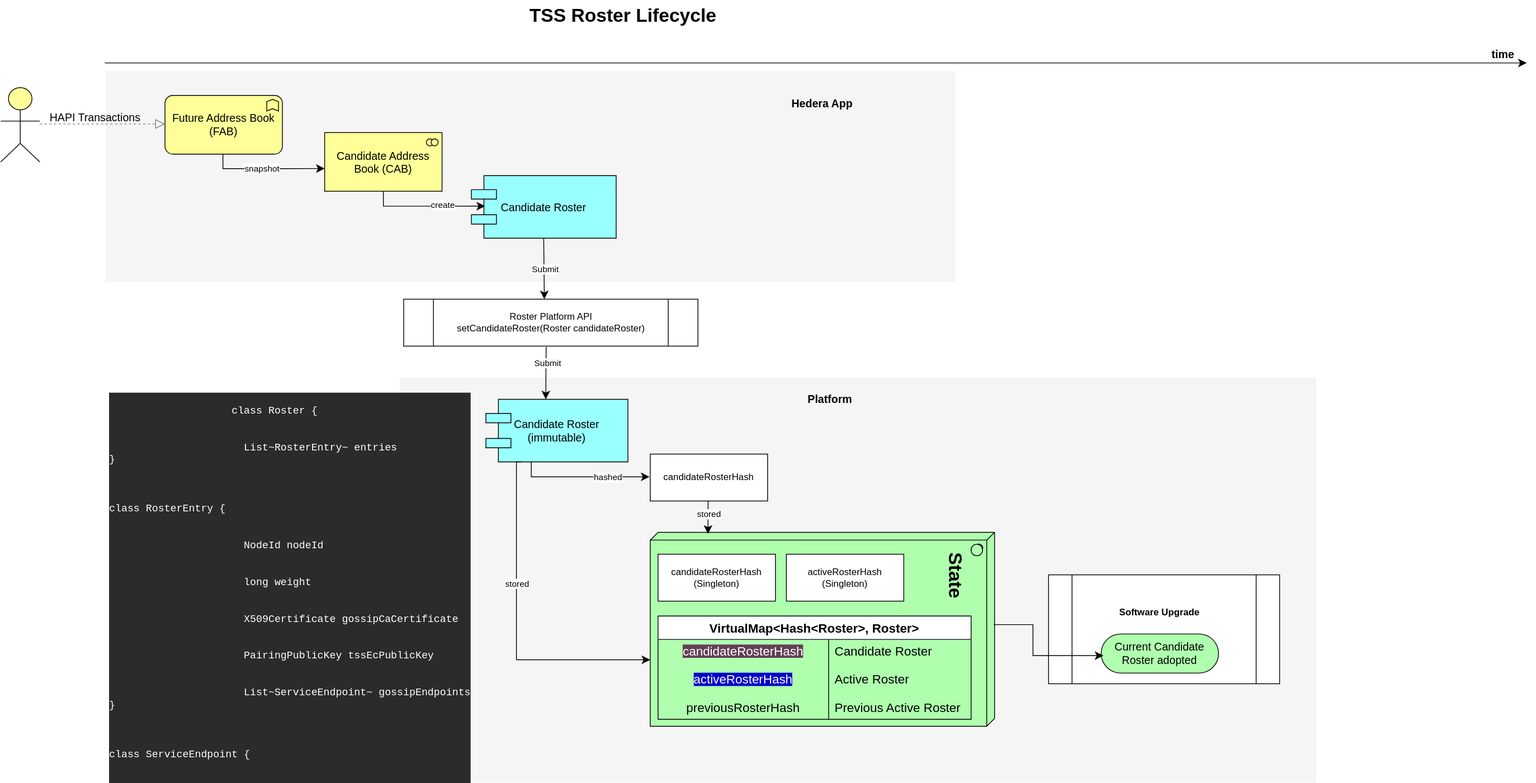
Above: platform-sdk/docs/proposals/001-tss-rosters-design-proposal/TSS Roster Lifecycle.drawio.svg in hashgraph/hedera-services (draw.io), before the change. Source tidied: cells renumbered, new cells last; positions are measured from the earlier drawing's top-left corner, leaving out a move shared by most shapes.
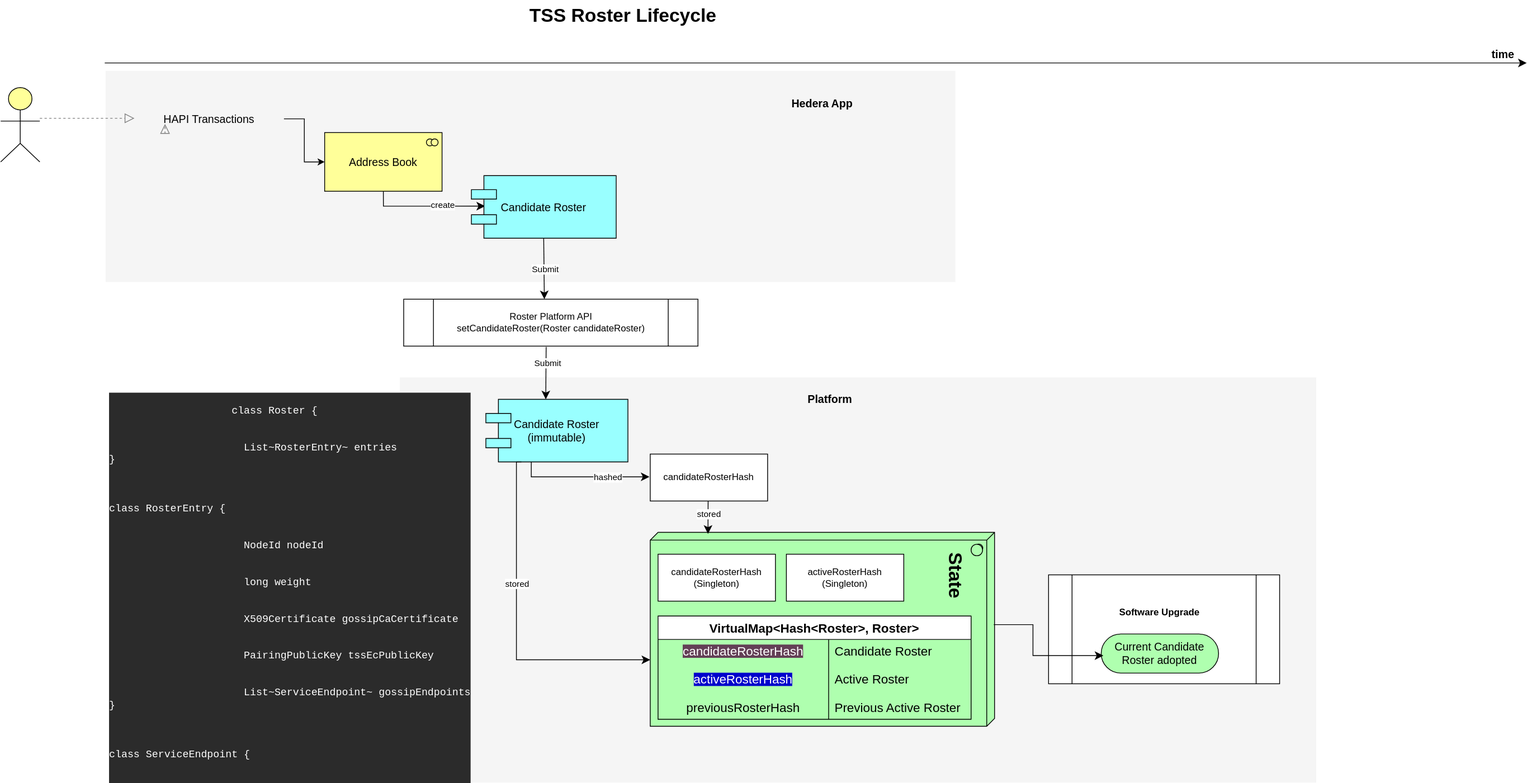
Above is the later version.

What changed in the source:
```diff
@@ -30,13 +30,10 @@
     <mxCell id="8" value="&lt;b&gt;time&lt;/b&gt;" style="text;html=1;strokeColor=none;fillColor=none;align=center;verticalAlign=middle;whiteSpace=wrap;fontSize=14;" parent="1" vertex="1">
       <mxGeometry x="1900" y="60" width="40" height="18" as="geometry" />
     </mxCell>
-    <mxCell id="9" value="Future Address Book (FAB)" style="html=1;whiteSpace=wrap;fillColor=#ffff99;shape=mxgraph.archimate3.application;appType=func;archiType=rounded;fontSize=14;" parent="1" vertex="1">
-      <mxGeometry x="210" y="121.5" width="150" height="75" as="geometry" />
-    </mxCell>
-    <mxCell id="10" value="Candidate Address Book (CAB)" style="html=1;whiteSpace=wrap;fillColor=#ffff99;shape=mxgraph.archimate3.application;appType=collab;archiType=square;fontSize=14;" parent="1" vertex="1">
+    <mxCell id="10" value="Address Book" style="html=1;whiteSpace=wrap;fillColor=#ffff99;shape=mxgraph.archimate3.application;appType=collab;archiType=square;fontSize=14;" parent="1" vertex="1">
       <mxGeometry x="414" y="169" width="150" height="75" as="geometry" />
     </mxCell>
-    <mxCell id="11" style="edgeStyle=elbowEdgeStyle;rounded=1;elbow=vertical;html=1;dashed=1;startSize=10;endArrow=block;endFill=0;endSize=10;jettySize=auto;strokeColor=#808080;fontSize=14;" parent="1" edge="1" source="12">
+    <mxCell id="11" style="edgeStyle=elbowEdgeStyle;rounded=1;elbow=vertical;html=1;dashed=1;startSize=10;endArrow=block;endFill=0;endSize=10;jettySize=auto;strokeColor=#808080;fontSize=14;" parent="1" edge="1" source="13">
       <mxGeometry relative="1" as="geometry">
         <mxPoint x="210" y="158" as="targetPoint" />
       </mxGeometry>
@@ -44,24 +41,6 @@
     <mxCell id="12" style="html=1;whiteSpace=wrap;fillColor=#ffff99;shape=mxgraph.archimate3.actor;fontSize=14;" parent="1" vertex="1">
       <mxGeometry y="111.5" width="50" height="95" as="geometry" />
     </mxCell>
-    <mxCell id="13" value="HAPI Transactions" style="text;html=1;strokeColor=none;fillColor=none;align=center;verticalAlign=middle;whiteSpace=wrap;fontSize=14;" parent="1" vertex="1">
-      <mxGeometry x="36" y="140" width="170" height="20" as="geometry" />
-    </mxCell>
-    <mxCell id="14" style="edgeStyle=segmentEdgeStyle;endArrow=classic;html=1;curved=0;rounded=0;endSize=8;startSize=8;" parent="1" edge="1">
-      <mxGeometry relative="1" as="geometry">
-        <mxPoint x="284" y="196" as="sourcePoint" />
-        <mxPoint x="414" y="215" as="targetPoint" />
-        <Array as="points">
-          <mxPoint x="354" y="215" />
-          <mxPoint x="354" y="215" />
-        </Array>
-      </mxGeometry>
-    </mxCell>
-    <mxCell id="15" value="snapshot" style="edgeLabel;html=1;align=center;verticalAlign=middle;" parent="14" vertex="1">
-      <mxGeometry x="-0.07" y="1" relative="1" as="geometry">
-        <mxPoint x="-1" as="offset" />
-      </mxGeometry>
-    </mxCell>
     <mxCell id="16" style="edgeStyle=elbowEdgeStyle;elbow=horizontal;endArrow=classic;html=1;curved=0;rounded=0;endSize=8;startSize=8;" parent="1" edge="1" target="18">
       <mxGeometry relative="1" as="geometry">
         <mxPoint x="693.8" y="300" as="sourcePoint" />
@@ -207,5 +186,14 @@
     <mxCell id="51" value="&lt;span style=&quot;color: rgb(0, 0, 0); font-family: Helvetica; font-size: 12px; font-style: normal; font-variant-ligatures: normal; font-variant-caps: normal; letter-spacing: normal; orphans: 2; text-align: center; text-indent: 0px; text-transform: none; widows: 2; word-spacing: 0px; -webkit-text-stroke-width: 0px; background-color: rgb(255, 255, 255); text-decoration-thickness: initial; text-decoration-style: initial; text-decoration-color: initial; float: none; display: inline !important;&quot;&gt;&lt;b&gt;Software Upgrade&lt;/b&gt;&lt;/span&gt;" style="text;html=1;align=center;verticalAlign=middle;whiteSpace=wrap;rounded=0;" parent="1" vertex="1">
       <mxGeometry x="1426.2" y="768" width="110" height="30" as="geometry" />
     </mxCell>
+    <mxCell id="52" style="edgeStyle=orthogonalEdgeStyle;rounded=0;jettySize=auto;html=1;entryX=0;entryY=0.5;entryDx=0;entryDy=0;entryPerimeter=0;" parent="1" edge="1" source="13" target="10">
+      <mxGeometry relative="1" as="geometry" />
+    </mxCell>
+    <mxCell id="53" style="edgeStyle=elbowEdgeStyle;rounded=1;elbow=vertical;html=1;dashed=1;startSize=10;endArrow=block;endFill=0;endSize=10;jettySize=auto;strokeColor=#808080;fontSize=14;" parent="1" edge="1" source="12" target="13">
+      <mxGeometry relative="1" as="geometry" />
+    </mxCell>
+    <mxCell id="13" value="HAPI Transactions" style="text;html=1;strokeColor=none;fillColor=none;align=center;verticalAlign=middle;whiteSpace=wrap;fontSize=14;" parent="1" vertex="1">
+      <mxGeometry x="171" y="141.5" width="191" height="20" as="geometry" />
+    </mxCell>
   </root>
 </mxGraphModel>
```
